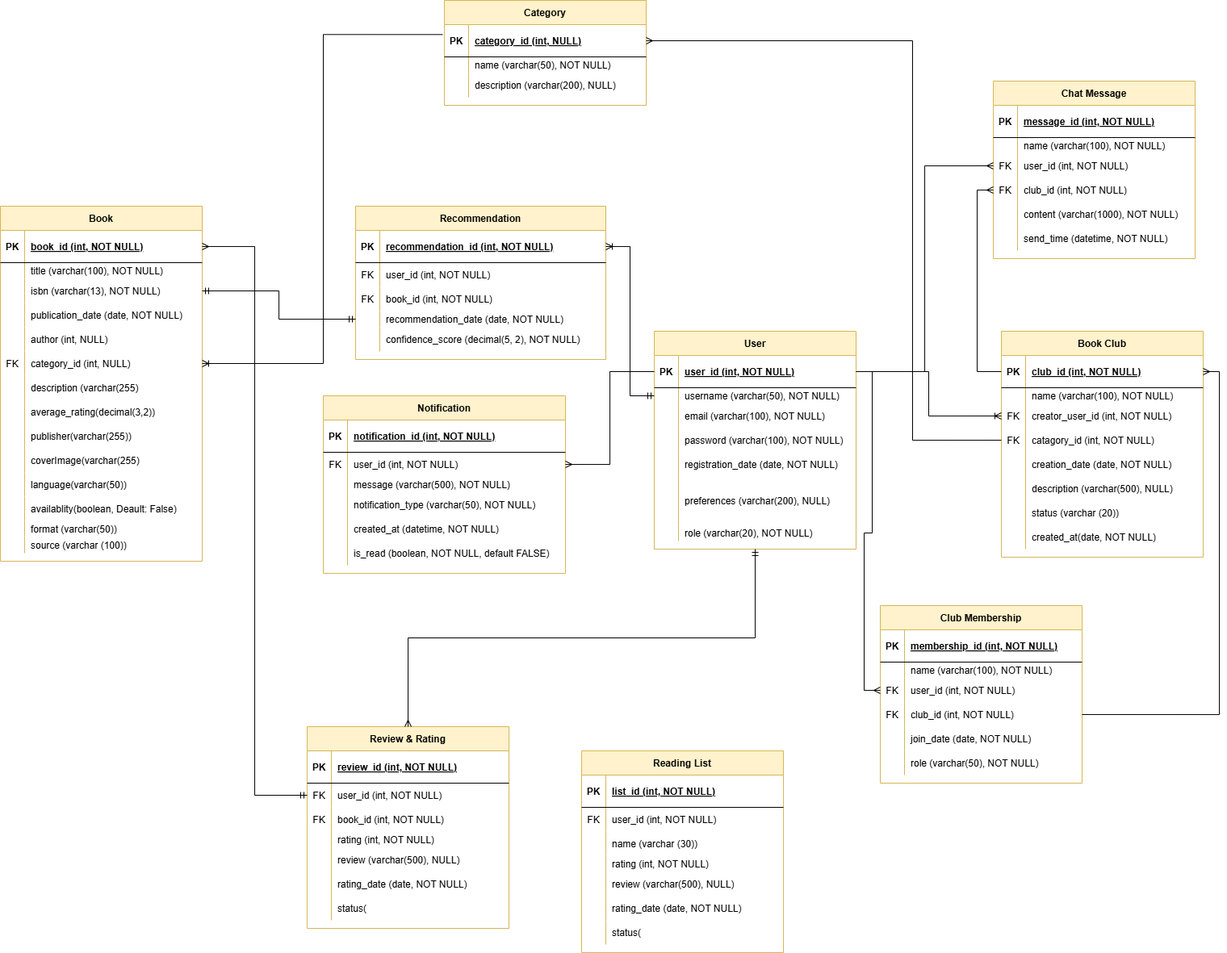
Before: New folder/Untitled Diagram.drawio.png, a diagram exported from draw.io (Kkgenkai/Draw.io). Source tidied: cells renumbered, new cells last; positions are measured from the earlier drawing's top-left corner, leaving out a move shared by most shapes.
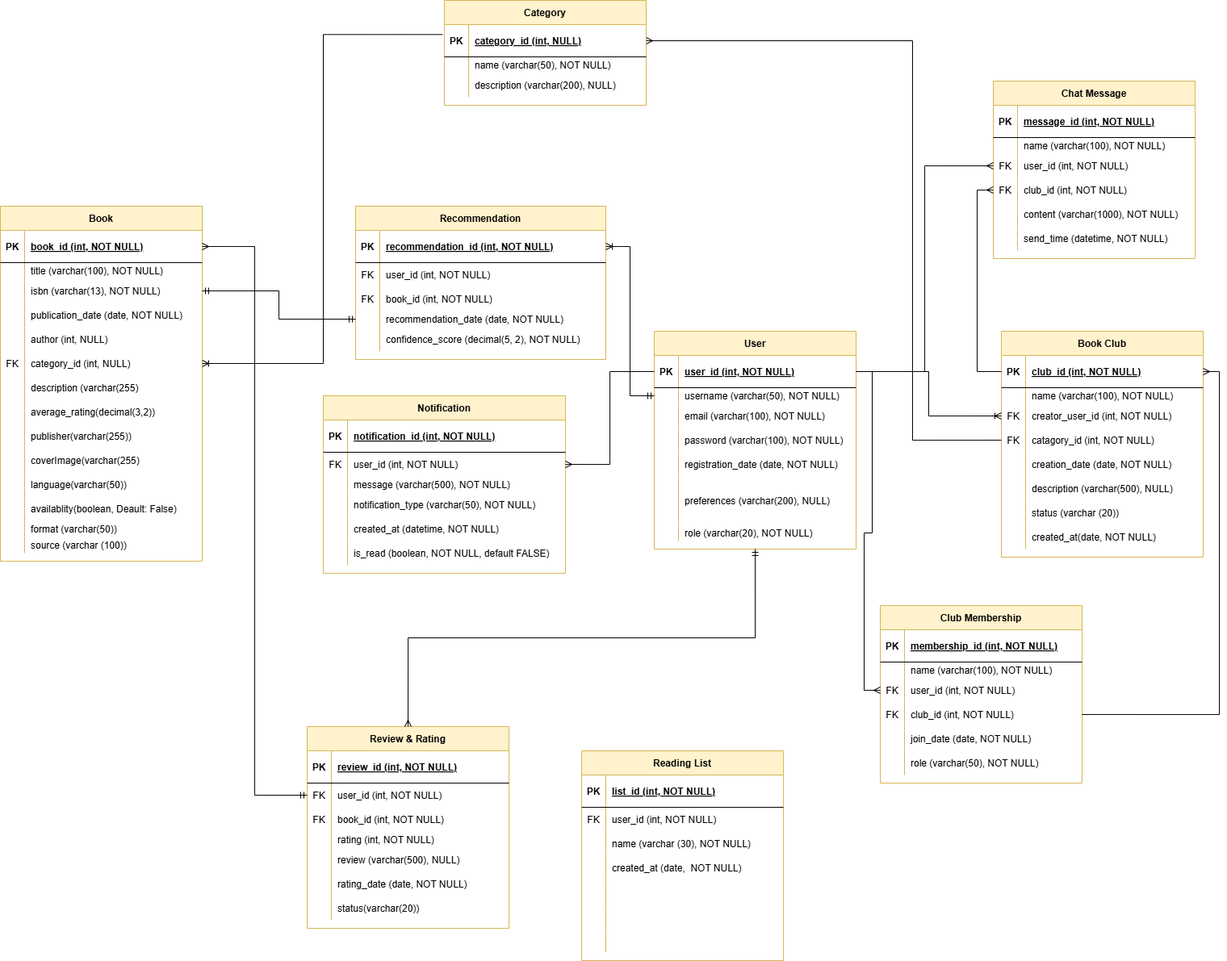
The same file after the commit.

Change to the diagram source:
```diff
@@ -290,7 +290,7 @@
     <mxCell id="97" style="shape=partialRectangle;overflow=hidden;fillColor=none;top=0;left=0;bottom=0;right=0;" parent="96" vertex="1">
       <mxGeometry width="30" height="30" as="geometry" />
     </mxCell>
-    <mxCell id="98" value="status(" style="shape=partialRectangle;overflow=hidden;fillColor=none;top=0;left=0;bottom=0;right=0;align=left;spacingLeft=6;" parent="96" vertex="1">
+    <mxCell id="98" value="status(varchar(20))" style="shape=partialRectangle;overflow=hidden;fillColor=none;top=0;left=0;bottom=0;right=0;align=left;spacingLeft=6;" parent="96" vertex="1">
       <mxGeometry x="30" width="220" height="30" as="geometry" />
     </mxCell>
     <mxCell id="99" value="Recommendation" style="shape=table;startSize=30;rowLines=0;fontStyle=1;align=center;fillColor=#fff2cc;strokeColor=#d6b656;" parent="1" vertex="1">
@@ -629,7 +629,7 @@
       <mxGeometry relative="1" as="geometry" />
     </mxCell>
     <mxCell id="209" value="Reading List" style="shape=table;startSize=30;rowLines=0;fontStyle=1;align=center;fillColor=#fff2cc;strokeColor=#d6b656;" parent="1" vertex="1">
-      <mxGeometry x="720" y="930" width="250" height="250" as="geometry" />
+      <mxGeometry x="720" y="930" width="250" height="260" as="geometry" />
     </mxCell>
     <mxCell id="210" style="shape=partialRectangle;fillColor=none;top=0;left=0;right=0;bottom=1;" parent="209" vertex="1">
       <mxGeometry y="30" width="250" height="40" as="geometry" />
@@ -655,43 +655,43 @@
     <mxCell id="217" style="shape=partialRectangle;overflow=hidden;fillColor=none;top=0;left=0;bottom=0;right=0;" parent="216" vertex="1">
       <mxGeometry width="30" height="30" as="geometry" />
     </mxCell>
-    <mxCell id="218" value="name (varchar (30))" style="shape=partialRectangle;overflow=hidden;fillColor=none;top=0;left=0;bottom=0;right=0;align=left;spacingLeft=6;" parent="216" vertex="1">
+    <mxCell id="218" value="name (varchar (30), NOT NULL)" style="shape=partialRectangle;overflow=hidden;fillColor=none;top=0;left=0;bottom=0;right=0;align=left;spacingLeft=6;" parent="216" vertex="1">
       <mxGeometry x="30" width="220" height="30" as="geometry" />
     </mxCell>
     <mxCell id="219" style="shape=partialRectangle;fillColor=none;top=0;left=0;right=0;bottom=0;" parent="209" vertex="1">
-      <mxGeometry y="130" width="250" height="20" as="geometry" />
+      <mxGeometry y="130" width="250" height="30" as="geometry" />
     </mxCell>
     <mxCell id="220" style="shape=partialRectangle;overflow=hidden;fillColor=none;top=0;left=0;bottom=0;right=0;" parent="219" vertex="1">
-      <mxGeometry width="30" height="20" as="geometry" />
+      <mxGeometry width="30" height="30" as="geometry" />
     </mxCell>
-    <mxCell id="221" value="rating (int, NOT NULL) " style="shape=partialRectangle;overflow=hidden;fillColor=none;top=0;left=0;bottom=0;right=0;align=left;spacingLeft=6;" parent="219" vertex="1">
-      <mxGeometry x="30" width="220" height="20" as="geometry" />
+    <mxCell id="221" value="created_at (date,  NOT NULL)" style="shape=partialRectangle;overflow=hidden;fillColor=none;top=0;left=0;bottom=0;right=0;align=left;spacingLeft=6;" parent="219" vertex="1">
+      <mxGeometry x="30" width="220" height="30" as="geometry" />
     </mxCell>
     <mxCell id="222" style="shape=partialRectangle;fillColor=none;top=0;left=0;right=0;bottom=0;" parent="209" vertex="1">
-      <mxGeometry y="150" width="250" height="30" as="geometry" />
+      <mxGeometry y="160" width="250" height="30" as="geometry" />
     </mxCell>
     <mxCell id="223" style="shape=partialRectangle;overflow=hidden;fillColor=none;top=0;left=0;bottom=0;right=0;" parent="222" vertex="1">
       <mxGeometry width="30" height="30" as="geometry" />
     </mxCell>
-    <mxCell id="224" value="review (varchar(500), NULL)" style="shape=partialRectangle;overflow=hidden;fillColor=none;top=0;left=0;bottom=0;right=0;align=left;spacingLeft=6;" parent="222" vertex="1">
+    <mxCell id="224" style="shape=partialRectangle;overflow=hidden;fillColor=none;top=0;left=0;bottom=0;right=0;align=left;spacingLeft=6;" parent="222" vertex="1">
       <mxGeometry x="30" width="220" height="30" as="geometry" />
     </mxCell>
     <mxCell id="225" style="shape=partialRectangle;fillColor=none;top=0;left=0;right=0;bottom=0;" parent="209" vertex="1">
-      <mxGeometry y="180" width="250" height="30" as="geometry" />
+      <mxGeometry y="190" width="250" height="30" as="geometry" />
     </mxCell>
     <mxCell id="226" style="shape=partialRectangle;overflow=hidden;fillColor=none;top=0;left=0;bottom=0;right=0;" parent="225" vertex="1">
       <mxGeometry width="30" height="30" as="geometry" />
     </mxCell>
-    <mxCell id="227" value="rating_date (date, NOT NULL)" style="shape=partialRectangle;overflow=hidden;fillColor=none;top=0;left=0;bottom=0;right=0;align=left;spacingLeft=6;" parent="225" vertex="1">
+    <mxCell id="227" style="shape=partialRectangle;overflow=hidden;fillColor=none;top=0;left=0;bottom=0;right=0;align=left;spacingLeft=6;" parent="225" vertex="1">
       <mxGeometry x="30" width="220" height="30" as="geometry" />
     </mxCell>
     <mxCell id="228" style="shape=partialRectangle;fillColor=none;top=0;left=0;right=0;bottom=0;" parent="209" vertex="1">
-      <mxGeometry y="210" width="250" height="30" as="geometry" />
+      <mxGeometry y="220" width="250" height="30" as="geometry" />
     </mxCell>
     <mxCell id="229" style="shape=partialRectangle;overflow=hidden;fillColor=none;top=0;left=0;bottom=0;right=0;" parent="228" vertex="1">
       <mxGeometry width="30" height="30" as="geometry" />
     </mxCell>
-    <mxCell id="230" value="status(" style="shape=partialRectangle;overflow=hidden;fillColor=none;top=0;left=0;bottom=0;right=0;align=left;spacingLeft=6;" parent="228" vertex="1">
+    <mxCell id="230" style="shape=partialRectangle;overflow=hidden;fillColor=none;top=0;left=0;bottom=0;right=0;align=left;spacingLeft=6;" parent="228" vertex="1">
       <mxGeometry x="30" width="220" height="30" as="geometry" />
     </mxCell>
   </root>
```
